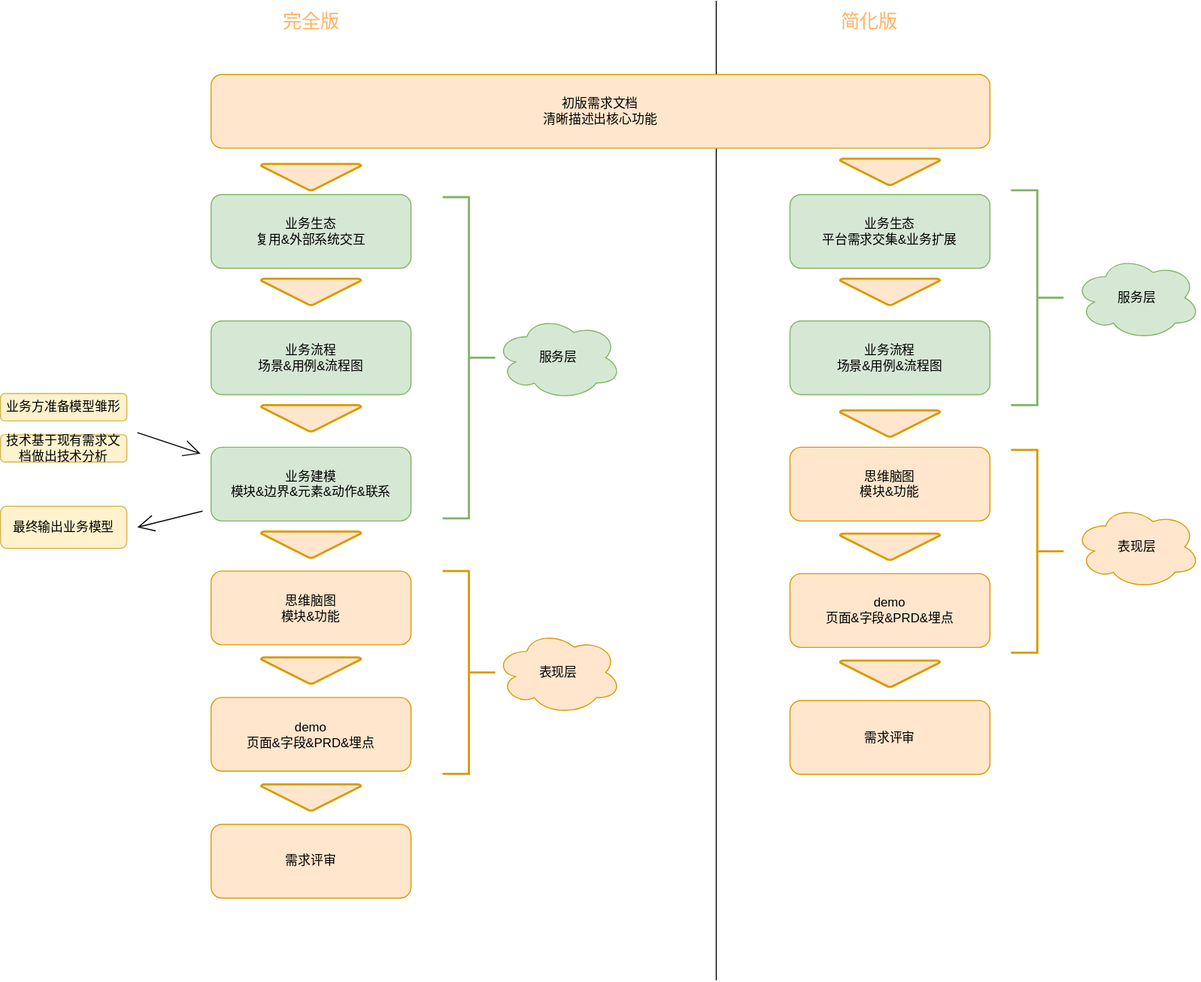
This is ddm.drawio.svg from fsdmp/diagrams, a draw.io export, as it was before one commit. Source tidied: cells renumbered, new cells last; positions are measured from the earlier drawing's top-left corner, leaving out a move shared by most shapes.
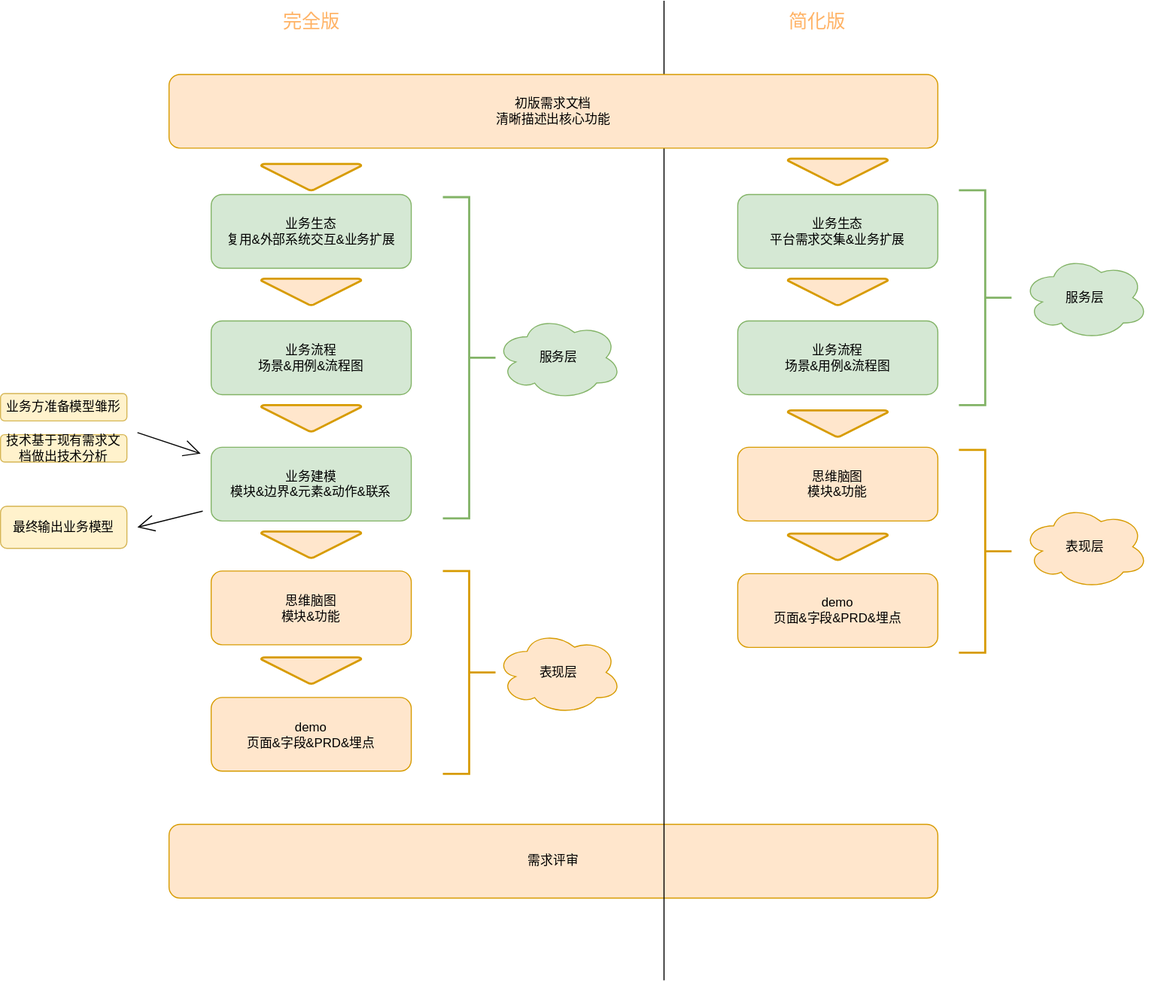
Later version of the same file.

The edit, as a diff of the source:
```diff
@@ -34,7 +34,7 @@
     <mxCell id="11" value="表现层" style="ellipse;shape=cloud;whiteSpace=wrap;html=1;hachureGap=4;fillColor=#ffe6cc;strokeColor=#d79b00;" parent="1" vertex="1">
       <mxGeometry x="470" y="597.8" width="120" height="80" as="geometry" />
     </mxCell>
-    <mxCell id="12" value="业务生态&lt;br&gt;复用&amp;amp;外部系统交互&lt;br&gt;" style="rounded=1;whiteSpace=wrap;html=1;hachureGap=4;fillColor=#d5e8d4;strokeColor=#82b366;" parent="1" vertex="1">
+    <mxCell id="12" value="业务生态&lt;br&gt;复用&amp;amp;外部系统交互&amp;amp;业务扩展&lt;br&gt;" style="rounded=1;whiteSpace=wrap;html=1;hachureGap=4;fillColor=#d5e8d4;strokeColor=#82b366;" parent="1" vertex="1">
       <mxGeometry x="200" y="184" width="190" height="70" as="geometry" />
     </mxCell>
     <mxCell id="13" style="strokeWidth=2;html=1;shape=mxgraph.flowchart.merge_or_storage;whiteSpace=wrap;hachureGap=4;fillColor=#ffe6cc;strokeColor=#d79b00;" parent="1" vertex="1">
@@ -44,73 +44,64 @@
       <mxGeometry x="420" y="186.5" width="50" height="305" as="geometry" />
     </mxCell>
     <mxCell id="15" value="需求评审&lt;br&gt;" style="rounded=1;whiteSpace=wrap;html=1;hachureGap=4;fillColor=#ffe6cc;strokeColor=#d79b00;" parent="1" vertex="1">
-      <mxGeometry x="200" y="782" width="190" height="70" as="geometry" />
+      <mxGeometry x="160" y="782" width="730" height="70" as="geometry" />
     </mxCell>
-    <mxCell id="16" style="strokeWidth=2;html=1;shape=mxgraph.flowchart.merge_or_storage;whiteSpace=wrap;hachureGap=4;fillColor=#ffe6cc;strokeColor=#d79b00;" parent="1" vertex="1">
-      <mxGeometry x="247.5" y="744" width="95" height="25" as="geometry" />
-    </mxCell>
     <mxCell id="17" value="业务流程&lt;br&gt;场景&amp;amp;用例&amp;amp;流程图&lt;br&gt;" style="rounded=1;whiteSpace=wrap;html=1;hachureGap=4;fillColor=#d5e8d4;strokeColor=#82b366;" parent="1" vertex="1">
-      <mxGeometry x="750" y="304" width="190" height="70" as="geometry" />
+      <mxGeometry x="700" y="304" width="190" height="70" as="geometry" />
     </mxCell>
     <mxCell id="18" value="demo&lt;br&gt;页面&amp;amp;字段&amp;amp;PRD&amp;amp;埋点&lt;br&gt;" style="rounded=1;whiteSpace=wrap;html=1;hachureGap=4;fillColor=#ffe6cc;strokeColor=#d79b00;" parent="1" vertex="1">
-      <mxGeometry x="750" y="544" width="190" height="70" as="geometry" />
+      <mxGeometry x="700" y="544" width="190" height="70" as="geometry" />
     </mxCell>
     <mxCell id="19" value="思维脑图&lt;br&gt;模块&amp;amp;功能&lt;br&gt;" style="rounded=1;whiteSpace=wrap;html=1;hachureGap=4;fillColor=#ffe6cc;strokeColor=#d79b00;" parent="1" vertex="1">
-      <mxGeometry x="750" y="424" width="190" height="70" as="geometry" />
+      <mxGeometry x="700" y="424" width="190" height="70" as="geometry" />
     </mxCell>
     <mxCell id="20" style="strokeWidth=2;html=1;shape=mxgraph.flowchart.merge_or_storage;whiteSpace=wrap;hachureGap=4;fillColor=#ffe6cc;strokeColor=#d79b00;" parent="1" vertex="1">
-      <mxGeometry x="797.5" y="389" width="95" height="25" as="geometry" />
+      <mxGeometry x="747.5" y="389" width="95" height="25" as="geometry" />
     </mxCell>
     <mxCell id="21" style="strokeWidth=2;html=1;shape=mxgraph.flowchart.merge_or_storage;whiteSpace=wrap;hachureGap=4;fillColor=#ffe6cc;strokeColor=#d79b00;" parent="1" vertex="1">
-      <mxGeometry x="797.5" y="506" width="95" height="25" as="geometry" />
+      <mxGeometry x="747.5" y="506" width="95" height="25" as="geometry" />
     </mxCell>
     <mxCell id="22" value="服务层" style="ellipse;shape=cloud;whiteSpace=wrap;html=1;hachureGap=4;fillColor=#d5e8d4;strokeColor=#82b366;" parent="1" vertex="1">
-      <mxGeometry x="1020" y="242" width="120" height="80" as="geometry" />
+      <mxGeometry x="970" y="242" width="120" height="80" as="geometry" />
     </mxCell>
     <mxCell id="23" value="表现层" style="ellipse;shape=cloud;whiteSpace=wrap;html=1;hachureGap=4;fillColor=#ffe6cc;strokeColor=#d79b00;" parent="1" vertex="1">
-      <mxGeometry x="1020" y="478.5" width="120" height="80" as="geometry" />
+      <mxGeometry x="970" y="478.5" width="120" height="80" as="geometry" />
     </mxCell>
-    <mxCell id="24" value="需求评审&lt;br&gt;" style="rounded=1;whiteSpace=wrap;html=1;hachureGap=4;fillColor=#ffe6cc;strokeColor=#d79b00;" parent="1" vertex="1">
-      <mxGeometry x="750" y="664.5" width="190" height="70" as="geometry" />
-    </mxCell>
-    <mxCell id="25" style="strokeWidth=2;html=1;shape=mxgraph.flowchart.merge_or_storage;whiteSpace=wrap;hachureGap=4;fillColor=#ffe6cc;strokeColor=#d79b00;" parent="1" vertex="1">
-      <mxGeometry x="797.5" y="626.5" width="95" height="25" as="geometry" />
-    </mxCell>
     <mxCell id="26" style="strokeWidth=2;html=1;shape=mxgraph.flowchart.annotation_2;align=left;labelPosition=right;hachureGap=4;direction=west;fillColor=#ffe6cc;strokeColor=#d79b00;" parent="1" vertex="1">
       <mxGeometry x="420" y="541.5" width="50" height="192.5" as="geometry" />
     </mxCell>
     <mxCell id="27" style="strokeWidth=2;html=1;shape=mxgraph.flowchart.annotation_2;align=left;labelPosition=right;hachureGap=4;direction=west;fillColor=#ffe6cc;strokeColor=#d79b00;" parent="1" vertex="1">
-      <mxGeometry x="960" y="426.5" width="50" height="192.5" as="geometry" />
+      <mxGeometry x="910" y="426.5" width="50" height="192.5" as="geometry" />
     </mxCell>
     <mxCell id="28" style="endArrow=none;html=1;startSize=14;endSize=14;sourcePerimeterSpacing=8;targetPerimeterSpacing=8;" parent="1" edge="1">
       <mxGeometry relative="1" as="geometry">
-        <mxPoint x="680" y="930" as="sourcePoint" />
-        <mxPoint x="680" as="targetPoint" />
+        <mxPoint x="630" y="930" as="sourcePoint" />
+        <mxPoint x="630" as="targetPoint" />
       </mxGeometry>
     </mxCell>
     <mxCell id="29" value="完全版" style="text;html=1;align=center;verticalAlign=middle;fillColor=none;strokeColor=none;rounded=0;hachureGap=4;fontSize=18;fontColor=#FFB366;" parent="1" vertex="1">
       <mxGeometry x="260" y="5" width="70" height="30" as="geometry" />
     </mxCell>
     <mxCell id="30" value="简化版" style="text;html=1;align=center;verticalAlign=middle;fillColor=none;strokeColor=none;rounded=0;hachureGap=4;fontSize=18;fontColor=#FFB366;" parent="1" vertex="1">
-      <mxGeometry x="790" y="5" width="70" height="30" as="geometry" />
+      <mxGeometry x="740" y="5" width="70" height="30" as="geometry" />
     </mxCell>
     <mxCell id="31" value="业务生态&lt;br&gt;平台需求交集&amp;amp;业务扩展&lt;br&gt;" style="rounded=1;whiteSpace=wrap;html=1;hachureGap=4;fillColor=#d5e8d4;strokeColor=#82b366;" parent="1" vertex="1">
-      <mxGeometry x="750" y="184" width="190" height="70" as="geometry" />
+      <mxGeometry x="700" y="184" width="190" height="70" as="geometry" />
     </mxCell>
     <mxCell id="32" style="strokeWidth=2;html=1;shape=mxgraph.flowchart.merge_or_storage;whiteSpace=wrap;hachureGap=4;fillColor=#ffe6cc;strokeColor=#d79b00;" parent="1" vertex="1">
-      <mxGeometry x="797.5" y="264" width="95" height="25" as="geometry" />
+      <mxGeometry x="747.5" y="264" width="95" height="25" as="geometry" />
     </mxCell>
     <mxCell id="33" style="strokeWidth=2;html=1;shape=mxgraph.flowchart.annotation_2;align=left;labelPosition=right;hachureGap=4;direction=west;fillColor=#d5e8d4;strokeColor=#82b366;" parent="1" vertex="1">
-      <mxGeometry x="960" y="180" width="50" height="204" as="geometry" />
+      <mxGeometry x="910" y="180" width="50" height="204" as="geometry" />
     </mxCell>
     <mxCell id="34" value="初版需求文档&lt;br&gt;清晰描述出核心功能&lt;br&gt;" style="rounded=1;whiteSpace=wrap;html=1;hachureGap=4;fillColor=#ffe6cc;strokeColor=#d79b00;" parent="1" vertex="1">
-      <mxGeometry x="200" y="70" width="740" height="70" as="geometry" />
+      <mxGeometry x="160" y="70" width="730" height="70" as="geometry" />
     </mxCell>
     <mxCell id="35" style="strokeWidth=2;html=1;shape=mxgraph.flowchart.merge_or_storage;whiteSpace=wrap;hachureGap=4;fillColor=#ffe6cc;strokeColor=#d79b00;" parent="1" vertex="1">
       <mxGeometry x="247.5" y="155" width="95" height="25" as="geometry" />
     </mxCell>
     <mxCell id="36" style="strokeWidth=2;html=1;shape=mxgraph.flowchart.merge_or_storage;whiteSpace=wrap;hachureGap=4;fillColor=#ffe6cc;strokeColor=#d79b00;" parent="1" vertex="1">
-      <mxGeometry x="797.5" y="150" width="95" height="25" as="geometry" />
+      <mxGeometry x="747.5" y="150" width="95" height="25" as="geometry" />
     </mxCell>
     <mxCell id="37" style="edgeStyle=none;curved=1;rounded=0;orthogonalLoop=1;jettySize=auto;html=1;endArrow=open;startSize=14;endSize=14;sourcePerimeterSpacing=8;targetPerimeterSpacing=8;" parent="1" edge="1">
       <mxGeometry relative="1" as="geometry">
```
